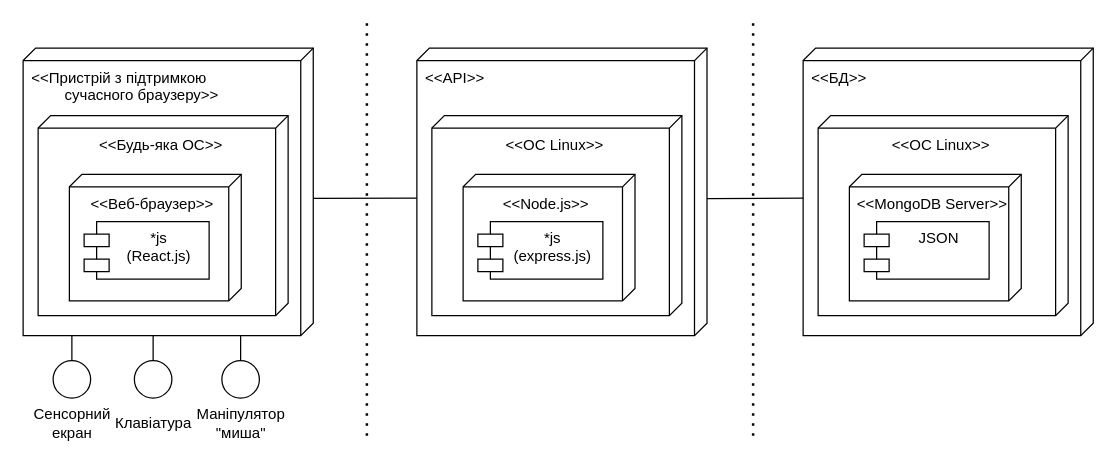
Before: 1-SoftwareRequirements/1.5-SoftwareProjectPlanning/1.5.1-SoftwareArchitectConcept/RWA.drawio in oleksandrblazhko/ai202-bodnar, a draw.io diagram. Source tidied: cells renumbered, new cells numbered last; positions are measured from the earlier drawing's top-left corner, leaving out a move shared by most shapes. Both pictures are drawn from the tidied source at 125%, with x=0, y=0 at pixel (21, 22).
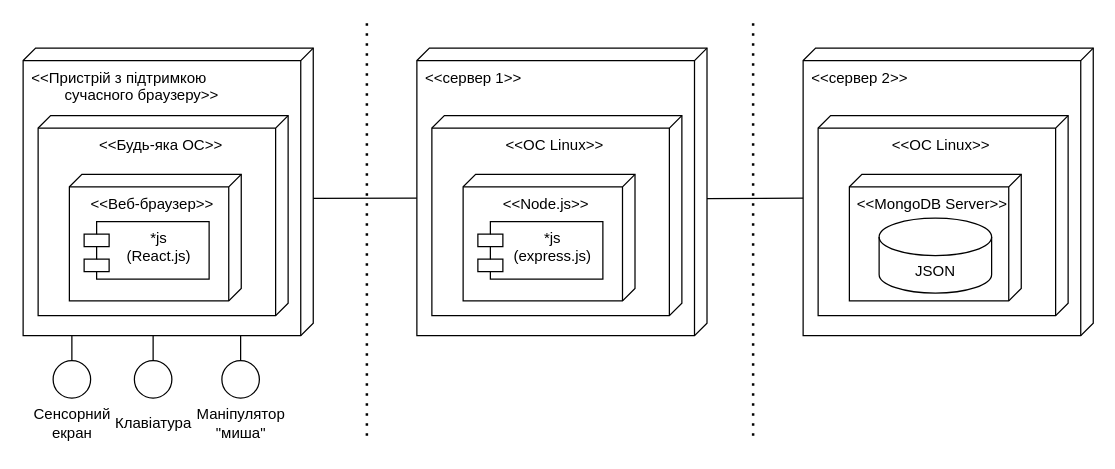
Above is the later version.

What changed in the source:
```diff
@@
-    <mxCell id="2" value="&amp;lt;&amp;lt;API&amp;gt;&amp;gt;" style="verticalAlign=top;align=left;shape=cube;size=10;direction=south;fontStyle=0;html=1;boundedLbl=1;spacingLeft=5;" parent="1" vertex="1">
+    <mxCell id="2" value="&amp;lt;&amp;lt;сервер 1&amp;gt;&amp;gt;" style="verticalAlign=top;align=left;shape=cube;size=10;direction=south;fontStyle=0;html=1;boundedLbl=1;spacingLeft=5;" parent="1" vertex="1">
       <mxGeometry x="316" y="20" width="232.1" height="230" as="geometry" />
     </mxCell>
@@
-    <mxCell id="28" value="&amp;lt;&amp;lt;БД&amp;gt;&amp;gt;" style="verticalAlign=top;align=left;shape=cube;size=10;direction=south;fontStyle=0;html=1;boundedLbl=1;spacingLeft=5;" parent="1" vertex="1">
+    <mxCell id="28" value="&amp;lt;&amp;lt;сервер 2&amp;gt;&amp;gt;" style="verticalAlign=top;align=left;shape=cube;size=10;direction=south;fontStyle=0;html=1;boundedLbl=1;spacingLeft=5;" parent="1" vertex="1">
       <mxGeometry x="625" y="20" width="232.1" height="230" as="geometry" />
     </mxCell>
@@
-    <mxCell id="31" value="JSON" style="shape=module;align=left;spacingLeft=20;align=center;verticalAlign=top;" parent="28" vertex="1">
-      <mxGeometry x="48.8" y="138.8" width="100" height="46" as="geometry" />
+    <mxCell id="31" value="JSON" style="shape=cylinder3;whiteSpace=wrap;html=1;boundedLbl=1;backgroundOutline=1;size=15;" parent="28" vertex="1">
+      <mxGeometry x="60.8" y="136" width="90" height="60" as="geometry" />
     </mxCell>
```
